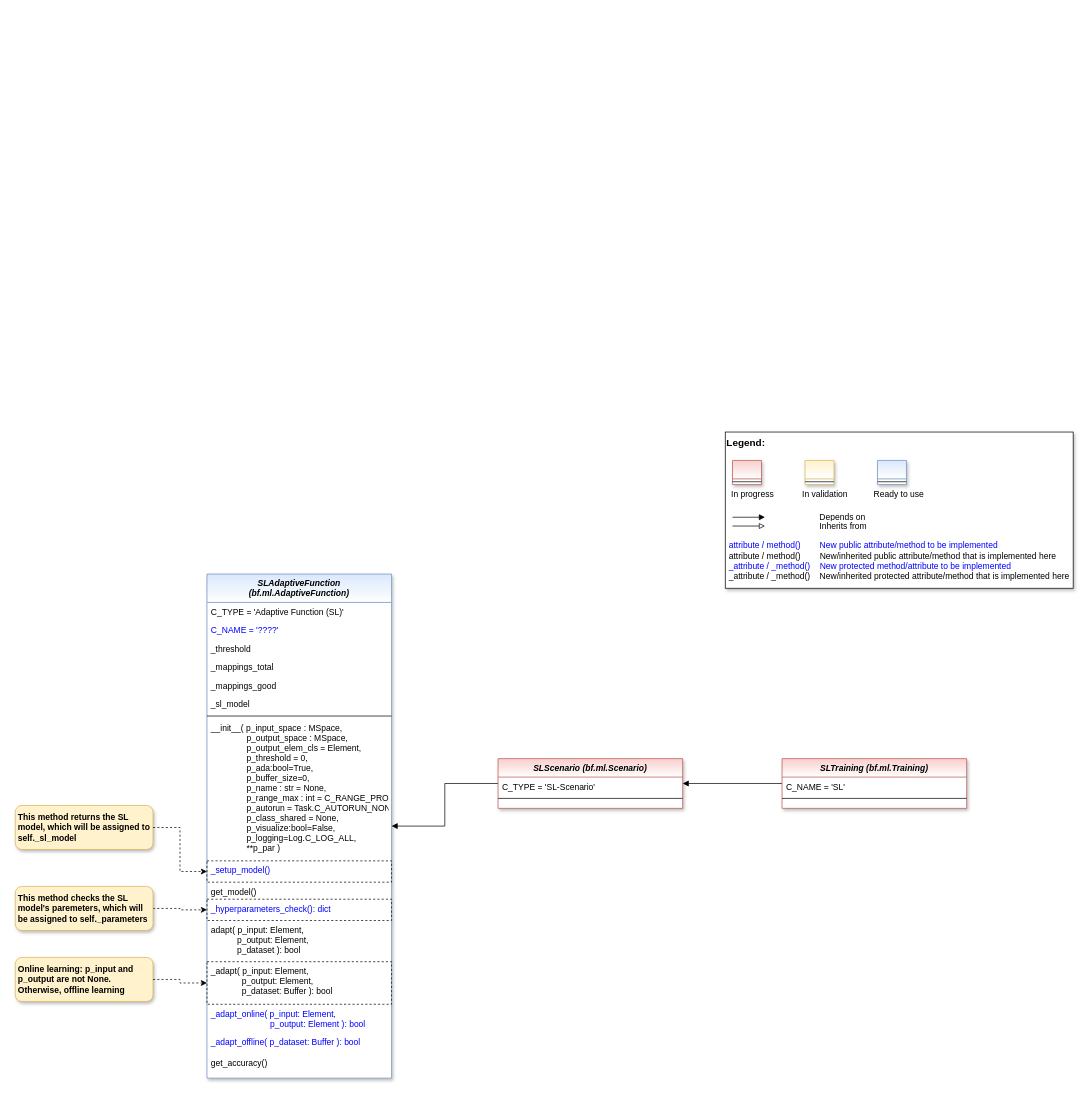
Above: doc/rtd/content/04_appendices/appendix2/sub/core/mlpro_sl/images/MLPro-SL-Basics_class_diagram.drawio in fhswf/MLPro (draw.io), before the change. Source tidied: cells renumbered, new cells numbered last; positions are measured from the earlier drawing's top-left corner, leaving out a move shared by most shapes. Both pictures are drawn from the tidied source at 71%, with x=0, y=0 at pixel (15, 432).
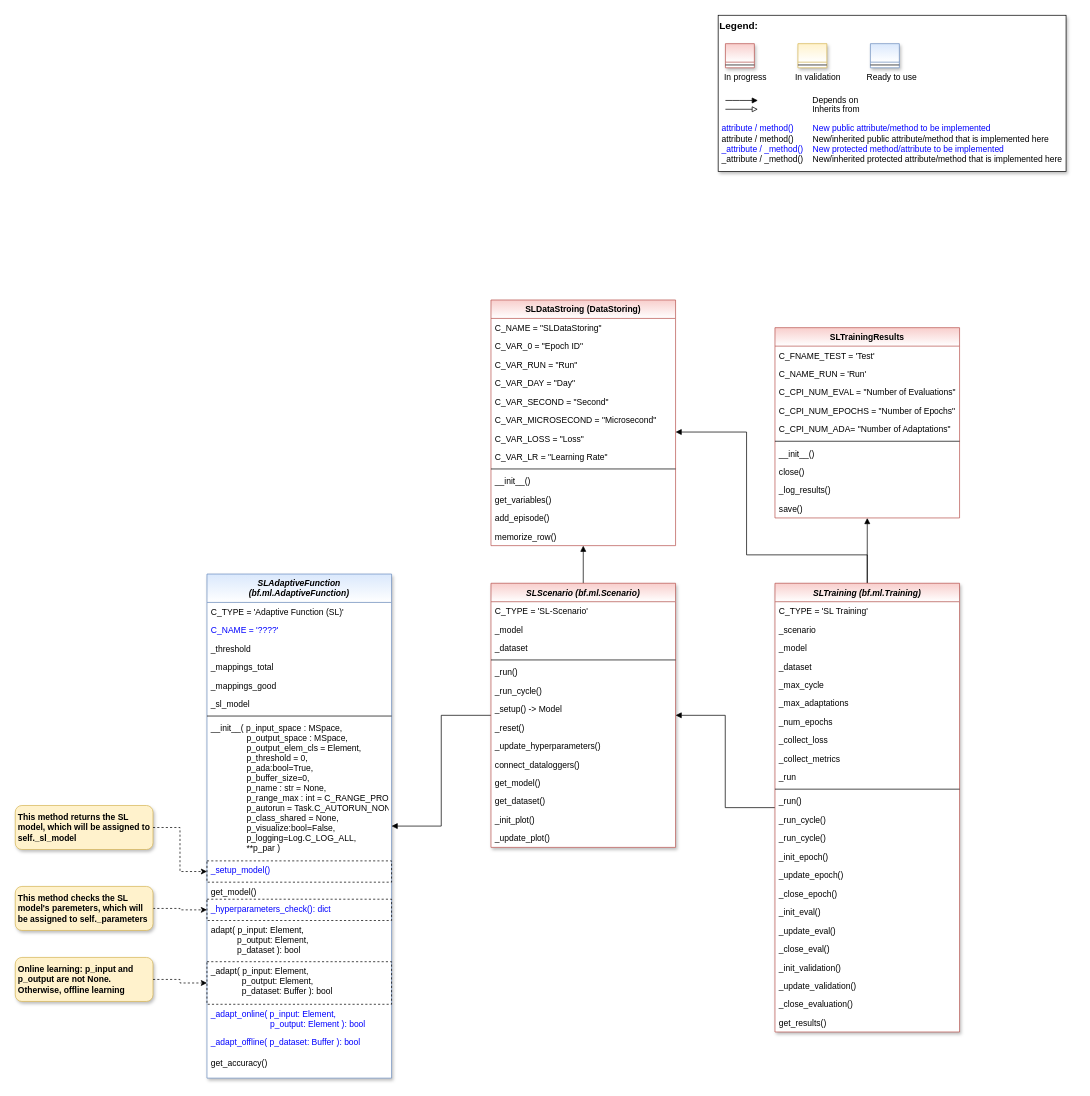
After the change.

The edit, as a diff of the source:
```diff
@@
+    <mxCell id="43" style="edgeStyle=orthogonalEdgeStyle;rounded=0;jettySize=auto;html=1;endArrow=block;endFill=1;" parent="1" edge="1" source="20" target="80">
+      <mxGeometry relative="1" as="geometry" />
+    </mxCell>
+    <mxCell id="44" style="edgeStyle=orthogonalEdgeStyle;rounded=0;jettySize=auto;html=1;endArrow=block;endFill=1;" parent="1" edge="1" source="20" target="91">
+      <mxGeometry relative="1" as="geometry">
+        <Array as="points">
+          <mxPoint x="1200" y="173" />
+          <mxPoint x="1030" y="173" />
+          <mxPoint x="1030" />
+        </Array>
+      </mxGeometry>
+    </mxCell>
     <mxCell id="20" value="SLTraining (bf.ml.Training)" style="swimlane;fontStyle=3;align=center;verticalAlign=top;horizontal=1;startSize=26;rounded=0;shadow=1;strokeWidth=1;fillColor=#f8cecc;strokeColor=#b85450;swimlaneFillColor=#ffffff;gradientColor=#ffffff;" parent="1" vertex="1">
-      <mxGeometry x="1080" y="460" width="260" height="70" as="geometry" />
+      <mxGeometry x="1070" y="213" width="260" height="632" as="geometry" />
     </mxCell>
-    <mxCell id="21" value="C_NAME = 'SL'" style="text;align=left;verticalAlign=top;spacingLeft=4;spacingRight=4;overflow=hidden;" parent="20" vertex="1">
+    <mxCell id="21" value="C_TYPE = 'SL Training'" style="text;align=left;verticalAlign=top;spacingLeft=4;spacingRight=4;overflow=hidden;" parent="20" vertex="1">
       <mxGeometry y="26" width="260" height="26" as="geometry" />
     </mxCell>
+    <mxCell id="45" value="_scenario" style="text;align=left;verticalAlign=top;spacingLeft=4;spacingRight=4;overflow=hidden;" parent="20" vertex="1">
+      <mxGeometry y="52" width="260" height="26" as="geometry" />
+    </mxCell>
+    <mxCell id="46" value="_model" style="text;align=left;verticalAlign=top;spacingLeft=4;spacingRight=4;overflow=hidden;" parent="20" vertex="1">
+      <mxGeometry y="78" width="260" height="26" as="geometry" />
+    </mxCell>
+    <mxCell id="47" value="_dataset" style="text;align=left;verticalAlign=top;spacingLeft=4;spacingRight=4;overflow=hidden;" parent="20" vertex="1">
+      <mxGeometry y="104" width="260" height="26" as="geometry" />
+    </mxCell>
+    <mxCell id="48" value="_max_cycle" style="text;align=left;verticalAlign=top;spacingLeft=4;spacingRight=4;overflow=hidden;" parent="20" vertex="1">
+      <mxGeometry y="130" width="260" height="26" as="geometry" />
+    </mxCell>
+    <mxCell id="49" value="_max_adaptations" style="text;align=left;verticalAlign=top;spacingLeft=4;spacingRight=4;overflow=hidden;" parent="20" vertex="1">
+      <mxGeometry y="156" width="260" height="26" as="geometry" />
+    </mxCell>
+    <mxCell id="50" value="_num_epochs" style="text;align=left;verticalAlign=top;spacingLeft=4;spacingRight=4;overflow=hidden;" parent="20" vertex="1">
+      <mxGeometry y="182" width="260" height="26" as="geometry" />
+    </mxCell>
+    <mxCell id="51" value="_collect_loss" style="text;align=left;verticalAlign=top;spacingLeft=4;spacingRight=4;overflow=hidden;" parent="20" vertex="1">
+      <mxGeometry y="208" width="260" height="26" as="geometry" />
+    </mxCell>
+    <mxCell id="52" value="_collect_metrics" style="text;align=left;verticalAlign=top;spacingLeft=4;spacingRight=4;overflow=hidden;" parent="20" vertex="1">
+      <mxGeometry y="234" width="260" height="26" as="geometry" />
+    </mxCell>
+    <mxCell id="53" value="_run" style="text;align=left;verticalAlign=top;spacingLeft=4;spacingRight=4;overflow=hidden;" parent="20" vertex="1">
+      <mxGeometry y="260" width="260" height="26" as="geometry" />
+    </mxCell>
     <mxCell id="22" style="line;html=1;strokeWidth=1;align=left;verticalAlign=middle;spacingTop=-1;spacingLeft=3;spacingRight=3;labelPosition=right;" parent="20" vertex="1">
-      <mxGeometry y="52" width="260" height="8" as="geometry" />
+      <mxGeometry y="286" width="260" height="8" as="geometry" />
     </mxCell>
+    <mxCell id="54" value="_run()" style="text;align=left;verticalAlign=top;spacingLeft=4;spacingRight=4;overflow=hidden;" parent="20" vertex="1">
+      <mxGeometry y="294" width="260" height="26" as="geometry" />
+    </mxCell>
+    <mxCell id="55" value="_run_cycle()" style="text;align=left;verticalAlign=top;spacingLeft=4;spacingRight=4;overflow=hidden;" parent="20" vertex="1">
+      <mxGeometry y="320" width="260" height="26" as="geometry" />
+    </mxCell>
+    <mxCell id="56" value="_run_cycle()" style="text;align=left;verticalAlign=top;spacingLeft=4;spacingRight=4;overflow=hidden;" parent="20" vertex="1">
+      <mxGeometry y="346" width="260" height="26" as="geometry" />
+    </mxCell>
+    <mxCell id="57" value="_init_epoch()" style="text;align=left;verticalAlign=top;spacingLeft=4;spacingRight=4;overflow=hidden;" parent="20" vertex="1">
+      <mxGeometry y="372" width="260" height="26" as="geometry" />
+    </mxCell>
+    <mxCell id="58" value="_update_epoch()" style="text;align=left;verticalAlign=top;spacingLeft=4;spacingRight=4;overflow=hidden;" parent="20" vertex="1">
+      <mxGeometry y="398" width="260" height="26" as="geometry" />
+    </mxCell>
+    <mxCell id="59" value="_close_epoch()" style="text;align=left;verticalAlign=top;spacingLeft=4;spacingRight=4;overflow=hidden;" parent="20" vertex="1">
+      <mxGeometry y="424" width="260" height="26" as="geometry" />
+    </mxCell>
+    <mxCell id="60" value="_init_eval()" style="text;align=left;verticalAlign=top;spacingLeft=4;spacingRight=4;overflow=hidden;" parent="20" vertex="1">
+      <mxGeometry y="450" width="260" height="26" as="geometry" />
+    </mxCell>
+    <mxCell id="61" value="_update_eval()" style="text;align=left;verticalAlign=top;spacingLeft=4;spacingRight=4;overflow=hidden;" parent="20" vertex="1">
+      <mxGeometry y="476" width="260" height="26" as="geometry" />
+    </mxCell>
+    <mxCell id="62" value="_close_eval()" style="text;align=left;verticalAlign=top;spacingLeft=4;spacingRight=4;overflow=hidden;" parent="20" vertex="1">
+      <mxGeometry y="502" width="260" height="26" as="geometry" />
+    </mxCell>
+    <mxCell id="63" value="_init_validation()" style="text;align=left;verticalAlign=top;spacingLeft=4;spacingRight=4;overflow=hidden;" parent="20" vertex="1">
+      <mxGeometry y="528" width="260" height="26" as="geometry" />
+    </mxCell>
+    <mxCell id="64" value="_update_validation()" style="text;align=left;verticalAlign=top;spacingLeft=4;spacingRight=4;overflow=hidden;" parent="20" vertex="1">
+      <mxGeometry y="554" width="260" height="26" as="geometry" />
+    </mxCell>
+    <mxCell id="65" value="_close_evaluation()" style="text;align=left;verticalAlign=top;spacingLeft=4;spacingRight=4;overflow=hidden;" parent="20" vertex="1">
+      <mxGeometry y="580" width="260" height="26" as="geometry" />
+    </mxCell>
+    <mxCell id="66" value="get_results()" style="text;align=left;verticalAlign=top;spacingLeft=4;spacingRight=4;overflow=hidden;" parent="20" vertex="1">
+      <mxGeometry y="606" width="260" height="26" as="geometry" />
+    </mxCell>
     <mxCell id="23" style="group;" parent="1" vertex="1">
-      <mxGeometry x="1000" width="490" height="220" as="geometry" />
+      <mxGeometry x="990" y="-587" width="490" height="220" as="geometry" />
     </mxCell>
@@
+    <mxCell id="67" style="edgeStyle=orthogonalEdgeStyle;rounded=0;jettySize=auto;html=1;endArrow=block;endFill=1;" parent="1" edge="1" source="34" target="91">
+      <mxGeometry relative="1" as="geometry" />
+    </mxCell>
     <mxCell id="34" value="SLScenario (bf.ml.Scenario)" style="swimlane;fontStyle=3;align=center;verticalAlign=top;horizontal=1;startSize=26;rounded=0;shadow=1;strokeWidth=1;fillColor=#f8cecc;strokeColor=#b85450;swimlaneFillColor=#ffffff;gradientColor=#ffffff;" parent="1" vertex="1">
-      <mxGeometry x="680" y="460" width="260" height="70" as="geometry" />
+      <mxGeometry x="670" y="213" width="260" height="372" as="geometry" />
     </mxCell>
@@
+    <mxCell id="68" value="_model" style="text;align=left;verticalAlign=top;spacingLeft=4;spacingRight=4;overflow=hidden;" parent="34" vertex="1">
+      <mxGeometry y="52" width="260" height="26" as="geometry" />
+    </mxCell>
+    <mxCell id="69" value="_dataset" style="text;align=left;verticalAlign=top;spacingLeft=4;spacingRight=4;overflow=hidden;" parent="34" vertex="1">
+      <mxGeometry y="78" width="260" height="26" as="geometry" />
+    </mxCell>
     <mxCell id="36" style="line;html=1;strokeWidth=1;align=left;verticalAlign=middle;spacingTop=-1;spacingLeft=3;spacingRight=3;labelPosition=right;" parent="34" vertex="1">
-      <mxGeometry y="52" width="260" height="8" as="geometry" />
+      <mxGeometry y="104" width="260" height="8" as="geometry" />
     </mxCell>
+    <mxCell id="70" value="_run()" style="text;align=left;verticalAlign=top;spacingLeft=4;spacingRight=4;overflow=hidden;" parent="34" vertex="1">
+      <mxGeometry y="112" width="260" height="26" as="geometry" />
+    </mxCell>
+    <mxCell id="71" value="_run_cycle()" style="text;align=left;verticalAlign=top;spacingLeft=4;spacingRight=4;overflow=hidden;" parent="34" vertex="1">
+      <mxGeometry y="138" width="260" height="26" as="geometry" />
+    </mxCell>
+    <mxCell id="72" value="_setup() -&gt; Model" style="text;align=left;verticalAlign=top;spacingLeft=4;spacingRight=4;overflow=hidden;" parent="34" vertex="1">
+      <mxGeometry y="164" width="260" height="26" as="geometry" />
+    </mxCell>
+    <mxCell id="73" value="_reset()" style="text;align=left;verticalAlign=top;spacingLeft=4;spacingRight=4;overflow=hidden;" parent="34" vertex="1">
+      <mxGeometry y="190" width="260" height="26" as="geometry" />
+    </mxCell>
+    <mxCell id="74" value="_update_hyperparameters()" style="text;align=left;verticalAlign=top;spacingLeft=4;spacingRight=4;overflow=hidden;" parent="34" vertex="1">
+      <mxGeometry y="216" width="260" height="26" as="geometry" />
+    </mxCell>
+    <mxCell id="75" value="connect_dataloggers()" style="text;align=left;verticalAlign=top;spacingLeft=4;spacingRight=4;overflow=hidden;" parent="34" vertex="1">
+      <mxGeometry y="242" width="260" height="26" as="geometry" />
+    </mxCell>
+    <mxCell id="76" value="get_model()" style="text;align=left;verticalAlign=top;spacingLeft=4;spacingRight=4;overflow=hidden;" parent="34" vertex="1">
+      <mxGeometry y="268" width="260" height="26" as="geometry" />
+    </mxCell>
+    <mxCell id="77" value="get_dataset()" style="text;align=left;verticalAlign=top;spacingLeft=4;spacingRight=4;overflow=hidden;" parent="34" vertex="1">
+      <mxGeometry y="294" width="260" height="26" as="geometry" />
+    </mxCell>
+    <mxCell id="78" value="_init_plot()" style="text;align=left;verticalAlign=top;spacingLeft=4;spacingRight=4;overflow=hidden;" parent="34" vertex="1">
+      <mxGeometry y="320" width="260" height="26" as="geometry" />
+    </mxCell>
+    <mxCell id="79" value="_update_plot()" style="text;align=left;verticalAlign=top;spacingLeft=4;spacingRight=4;overflow=hidden;" parent="34" vertex="1">
+      <mxGeometry y="346" width="260" height="26" as="geometry" />
+    </mxCell>
@@
+    <mxCell id="80" value="SLTrainingResults" style="swimlane;fontStyle=1;align=center;verticalAlign=top;horizontal=1;startSize=26;fillColor=#f8cecc;strokeColor=#b85450;gradientColor=#FFFFFF;" parent="1" vertex="1">
+      <mxGeometry x="1070" y="-147" width="260" height="268" as="geometry" />
+    </mxCell>
+    <mxCell id="81" value="C_FNAME_TEST = 'Test'" style="text;strokeColor=none;fillColor=none;align=left;verticalAlign=top;spacingLeft=4;spacingRight=4;overflow=hidden;" parent="80" vertex="1">
+      <mxGeometry y="26" width="260" height="26" as="geometry" />
+    </mxCell>
+    <mxCell id="82" value="C_NAME_RUN = 'Run'" style="text;strokeColor=none;fillColor=none;align=left;verticalAlign=top;spacingLeft=4;spacingRight=4;overflow=hidden;" parent="80" vertex="1">
+      <mxGeometry y="52" width="260" height="26" as="geometry" />
+    </mxCell>
+    <mxCell id="83" value="C_CPI_NUM_EVAL = &quot;Number of Evaluations&quot;" style="text;strokeColor=none;fillColor=none;align=left;verticalAlign=top;spacingLeft=4;spacingRight=4;overflow=hidden;" parent="80" vertex="1">
+      <mxGeometry y="78" width="260" height="26" as="geometry" />
+    </mxCell>
+    <mxCell id="84" value="C_CPI_NUM_EPOCHS = &quot;Number of Epochs&quot;" style="text;strokeColor=none;fillColor=none;align=left;verticalAlign=top;spacingLeft=4;spacingRight=4;overflow=hidden;" parent="80" vertex="1">
+      <mxGeometry y="104" width="260" height="26" as="geometry" />
+    </mxCell>
+    <mxCell id="85" value="C_CPI_NUM_ADA= &quot;Number of Adaptations&quot;" style="text;strokeColor=none;fillColor=none;align=left;verticalAlign=top;spacingLeft=4;spacingRight=4;overflow=hidden;" parent="80" vertex="1">
+      <mxGeometry y="130" width="260" height="26" as="geometry" />
+    </mxCell>
+    <mxCell id="86" style="line;strokeWidth=1;fillColor=none;align=left;verticalAlign=middle;spacingTop=-1;spacingLeft=3;spacingRight=3;labelPosition=right;" parent="80" vertex="1">
+      <mxGeometry y="156" width="260" height="8" as="geometry" />
+    </mxCell>
+    <mxCell id="87" value="__init__()" style="text;strokeColor=none;fillColor=none;align=left;verticalAlign=top;spacingLeft=4;spacingRight=4;overflow=hidden;" parent="80" vertex="1">
+      <mxGeometry y="164" width="260" height="26" as="geometry" />
+    </mxCell>
+    <mxCell id="88" value="close()" style="text;strokeColor=none;fillColor=none;align=left;verticalAlign=top;spacingLeft=4;spacingRight=4;overflow=hidden;" parent="80" vertex="1">
+      <mxGeometry y="190" width="260" height="26" as="geometry" />
+    </mxCell>
+    <mxCell id="89" value="_log_results()" style="text;strokeColor=none;fillColor=none;align=left;verticalAlign=top;spacingLeft=4;spacingRight=4;overflow=hidden;" parent="80" vertex="1">
+      <mxGeometry y="216" width="260" height="26" as="geometry" />
+    </mxCell>
+    <mxCell id="90" value="save()" style="text;strokeColor=none;fillColor=none;align=left;verticalAlign=top;spacingLeft=4;spacingRight=4;overflow=hidden;" parent="80" vertex="1">
+      <mxGeometry y="242" width="260" height="26" as="geometry" />
+    </mxCell>
+    <mxCell id="91" value="SLDataStroing (DataStoring)" style="swimlane;fontStyle=1;align=center;verticalAlign=top;horizontal=1;startSize=26;fillColor=#f8cecc;strokeColor=#b85450;gradientColor=#FFFFFF;swimlaneFillColor=default;" parent="1" vertex="1">
+      <mxGeometry x="670" y="-186" width="260" height="346" as="geometry" />
+    </mxCell>
+    <mxCell id="92" value="C_NAME = &quot;SLDataStoring&quot;" style="text;strokeColor=none;fillColor=none;align=left;verticalAlign=top;spacingLeft=4;spacingRight=4;overflow=hidden;" parent="91" vertex="1">
+      <mxGeometry y="26" width="260" height="26" as="geometry" />
+    </mxCell>
+    <mxCell id="93" value="C_VAR_0 = &quot;Epoch ID&quot;" style="text;strokeColor=none;fillColor=none;align=left;verticalAlign=top;spacingLeft=4;spacingRight=4;overflow=hidden;" parent="91" vertex="1">
+      <mxGeometry y="52" width="260" height="26" as="geometry" />
+    </mxCell>
+    <mxCell id="94" value="C_VAR_RUN = &quot;Run&quot;" style="text;strokeColor=none;fillColor=none;align=left;verticalAlign=top;spacingLeft=4;spacingRight=4;overflow=hidden;" parent="91" vertex="1">
+      <mxGeometry y="78" width="260" height="26" as="geometry" />
+    </mxCell>
+    <mxCell id="95" value="C_VAR_DAY = &quot;Day&quot;" style="text;strokeColor=none;fillColor=none;align=left;verticalAlign=top;spacingLeft=4;spacingRight=4;overflow=hidden;" parent="91" vertex="1">
+      <mxGeometry y="104" width="260" height="26" as="geometry" />
+    </mxCell>
+    <mxCell id="96" value="C_VAR_SECOND = &quot;Second&quot;" style="text;strokeColor=none;fillColor=none;align=left;verticalAlign=top;spacingLeft=4;spacingRight=4;overflow=hidden;" parent="91" vertex="1">
+      <mxGeometry y="130" width="260" height="26" as="geometry" />
+    </mxCell>
+    <mxCell id="97" value="C_VAR_MICROSECOND = &quot;Microsecond&quot;" style="text;strokeColor=none;fillColor=none;align=left;verticalAlign=top;spacingLeft=4;spacingRight=4;overflow=hidden;" parent="91" vertex="1">
+      <mxGeometry y="156" width="260" height="26" as="geometry" />
+    </mxCell>
+    <mxCell id="98" value="C_VAR_LOSS = &quot;Loss&quot;" style="text;strokeColor=none;fillColor=none;align=left;verticalAlign=top;spacingLeft=4;spacingRight=4;overflow=hidden;" parent="91" vertex="1">
+      <mxGeometry y="182" width="260" height="26" as="geometry" />
+    </mxCell>
+    <mxCell id="99" value="C_VAR_LR = &quot;Learning Rate&quot;" style="text;strokeColor=none;fillColor=none;align=left;verticalAlign=top;spacingLeft=4;spacingRight=4;overflow=hidden;" parent="91" vertex="1">
+      <mxGeometry y="208" width="260" height="26" as="geometry" />
+    </mxCell>
+    <mxCell id="100" style="line;strokeWidth=1;fillColor=none;align=left;verticalAlign=middle;spacingTop=-1;spacingLeft=3;spacingRight=3;labelPosition=right;" parent="91" vertex="1">
+      <mxGeometry y="234" width="260" height="8" as="geometry" />
+    </mxCell>
+    <mxCell id="101" value="__init__()" style="text;strokeColor=none;fillColor=none;align=left;verticalAlign=top;spacingLeft=4;spacingRight=4;overflow=hidden;" parent="91" vertex="1">
+      <mxGeometry y="242" width="260" height="26" as="geometry" />
+    </mxCell>
+    <mxCell id="102" value="get_variables()" style="text;strokeColor=none;fillColor=none;align=left;verticalAlign=top;spacingLeft=4;spacingRight=4;overflow=hidden;" parent="91" vertex="1">
+      <mxGeometry y="268" width="260" height="26" as="geometry" />
+    </mxCell>
+    <mxCell id="103" value="add_episode()" style="text;strokeColor=none;fillColor=none;align=left;verticalAlign=top;spacingLeft=4;spacingRight=4;overflow=hidden;" parent="91" vertex="1">
+      <mxGeometry y="294" width="260" height="26" as="geometry" />
+    </mxCell>
+    <mxCell id="104" value="memorize_row()" style="text;strokeColor=none;fillColor=none;align=left;verticalAlign=top;spacingLeft=4;spacingRight=4;overflow=hidden;" parent="91" vertex="1">
+      <mxGeometry y="320" width="260" height="26" as="geometry" />
+    </mxCell>
```
